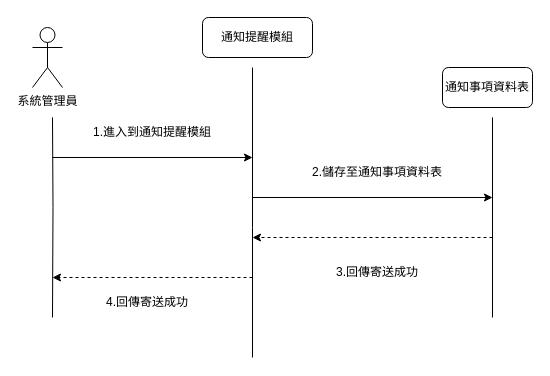
The draw.io diagram page "Page-1" (1 of 5) of Untitled Diagram.drawio in eric693/react, before the edit. Source tidied: cells renumbered, new cells numbered last; positions are measured from the earlier drawing's top-left corner, leaving out a move shared by most shapes. Both pictures are drawn from the tidied source at 100%, with x=0, y=0 at pixel (32, 17).
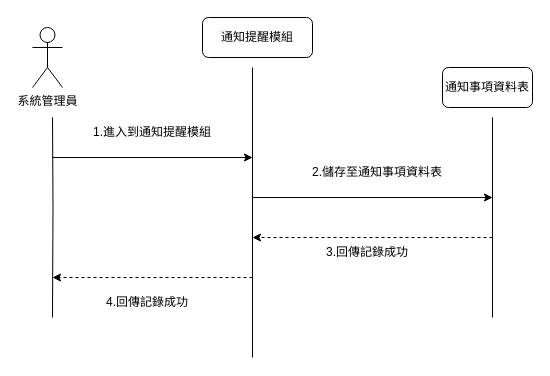
The same diagram, later.

The edit, as a diff of the source:
```diff
@@
-    <mxCell id="14" value="3.回傳寄送成功" style="text;html=1;strokeColor=none;fillColor=none;align=center;verticalAlign=middle;whiteSpace=wrap;rounded=0;" parent="1" vertex="1">
-      <mxGeometry x="270" y="240" width="150" height="30" as="geometry" />
+    <mxCell id="14" value="3.回傳記錄成功" style="text;html=1;strokeColor=none;fillColor=none;align=center;verticalAlign=middle;whiteSpace=wrap;rounded=0;" parent="1" vertex="1">
+      <mxGeometry x="260" y="220" width="150" height="30" as="geometry" />
     </mxCell>
-    <mxCell id="15" value="4.回傳寄送成功" style="text;html=1;strokeColor=none;fillColor=none;align=center;verticalAlign=middle;whiteSpace=wrap;rounded=0;" parent="1" vertex="1">
+    <mxCell id="15" value="4.回傳記錄成功" style="text;html=1;strokeColor=none;fillColor=none;align=center;verticalAlign=middle;whiteSpace=wrap;rounded=0;" parent="1" vertex="1">
       <mxGeometry x="40" y="270" width="150" height="30" as="geometry" />
     </mxCell>
```
